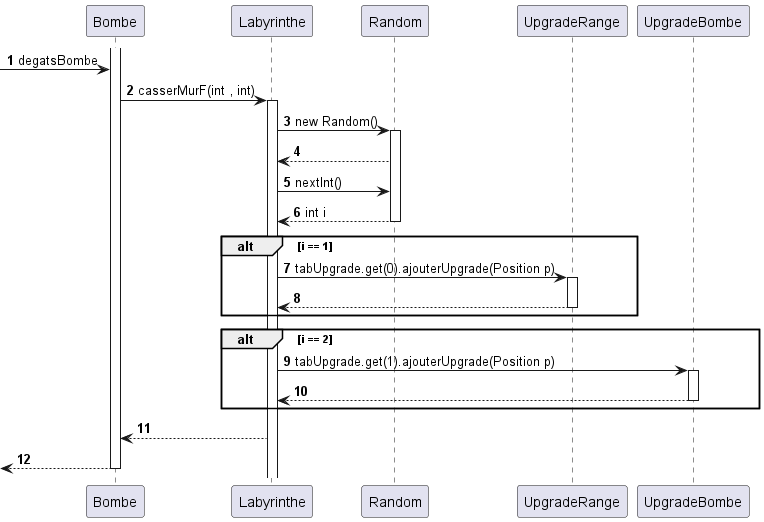
Above: documents/version_4/MursFriableSequence.png in lucasbcap/2022_Zeldiablo_lucasbcap_ngomesodent_hxsm_Hugoll-1 (PlantUML), before the change.
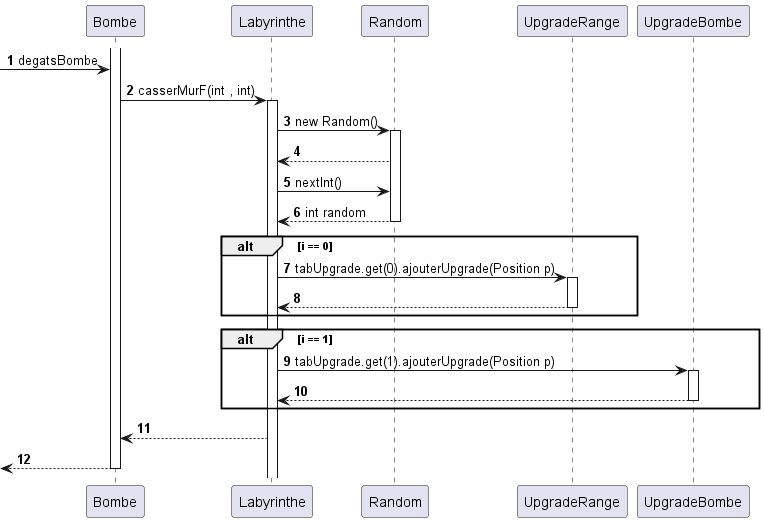
After the commit.

The edit, as a diff of the source:
```diff
@@ -12,15 +12,15 @@
 activate Random
 Random --> Labyrinthe
 Labyrinthe -> Random : nextInt()
-Random --> Labyrinthe : int i
+Random --> Labyrinthe : int random
 deactivate Random
-alt i == 1
+alt i == 0
 Labyrinthe -> UpgradeRange: tabUpgrade.get(0).ajouterUpgrade(Position p)
 activate UpgradeRange
 UpgradeRange -->  Labyrinthe
 deactivate UpgradeRange
 end
-alt i == 2
+alt i == 1
 Labyrinthe -> UpgradeBombe: tabUpgrade.get(1).ajouterUpgrade(Position p)
 activate UpgradeBombe
 UpgradeBombe -->  Labyrinthe
```
